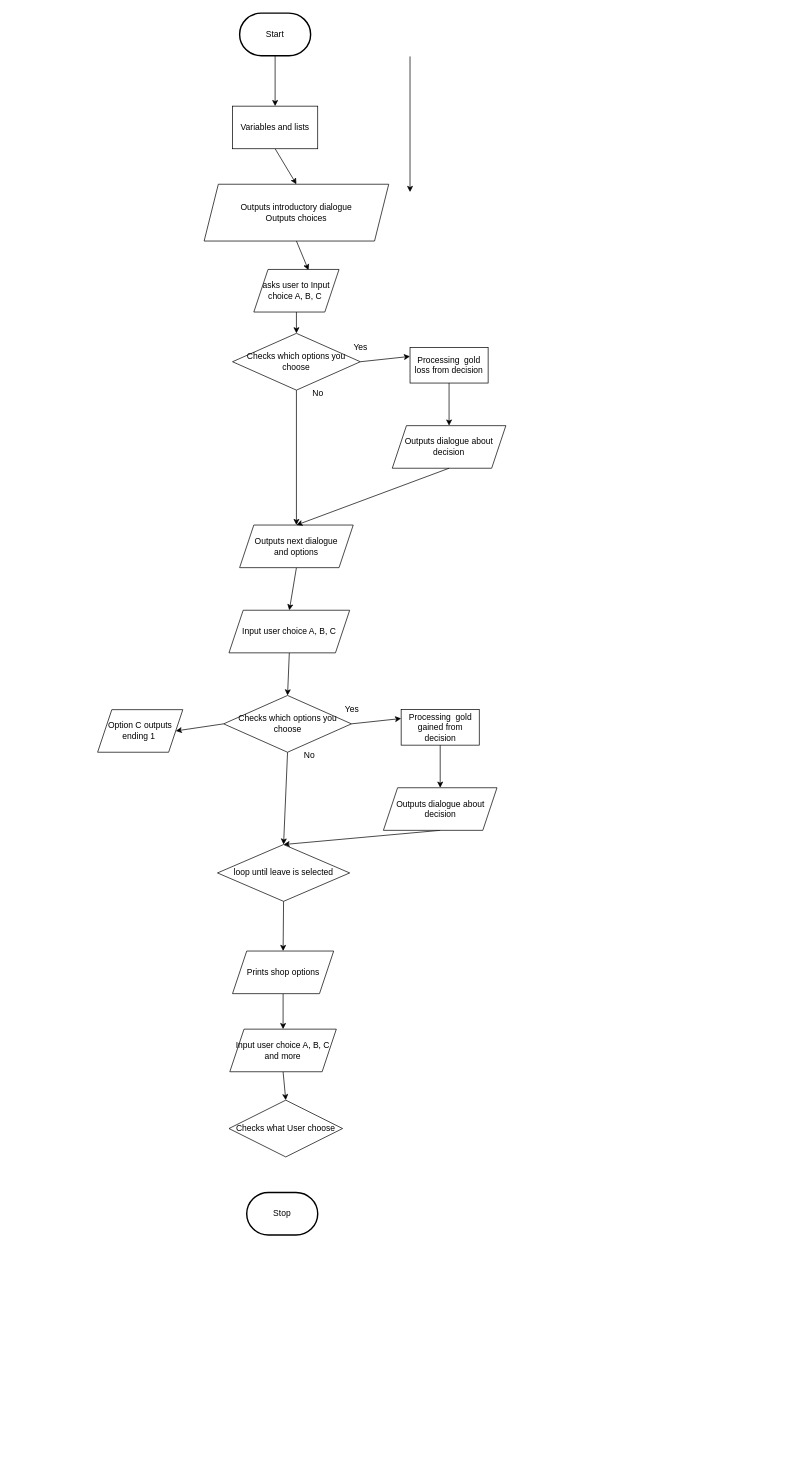
Above: design/flowchart.drawio in MTHS-TEJ2O-1-2023/TEJ2O-Unit-2-05-michael-bruneau (draw.io), before the change. Source tidied: cells renumbered, new cells numbered last; positions are measured from the earlier drawing's top-left corner, leaving out a move shared by most shapes. Both pictures are drawn from the tidied source at 71%, with x=0, y=0 at pixel (97, 13).
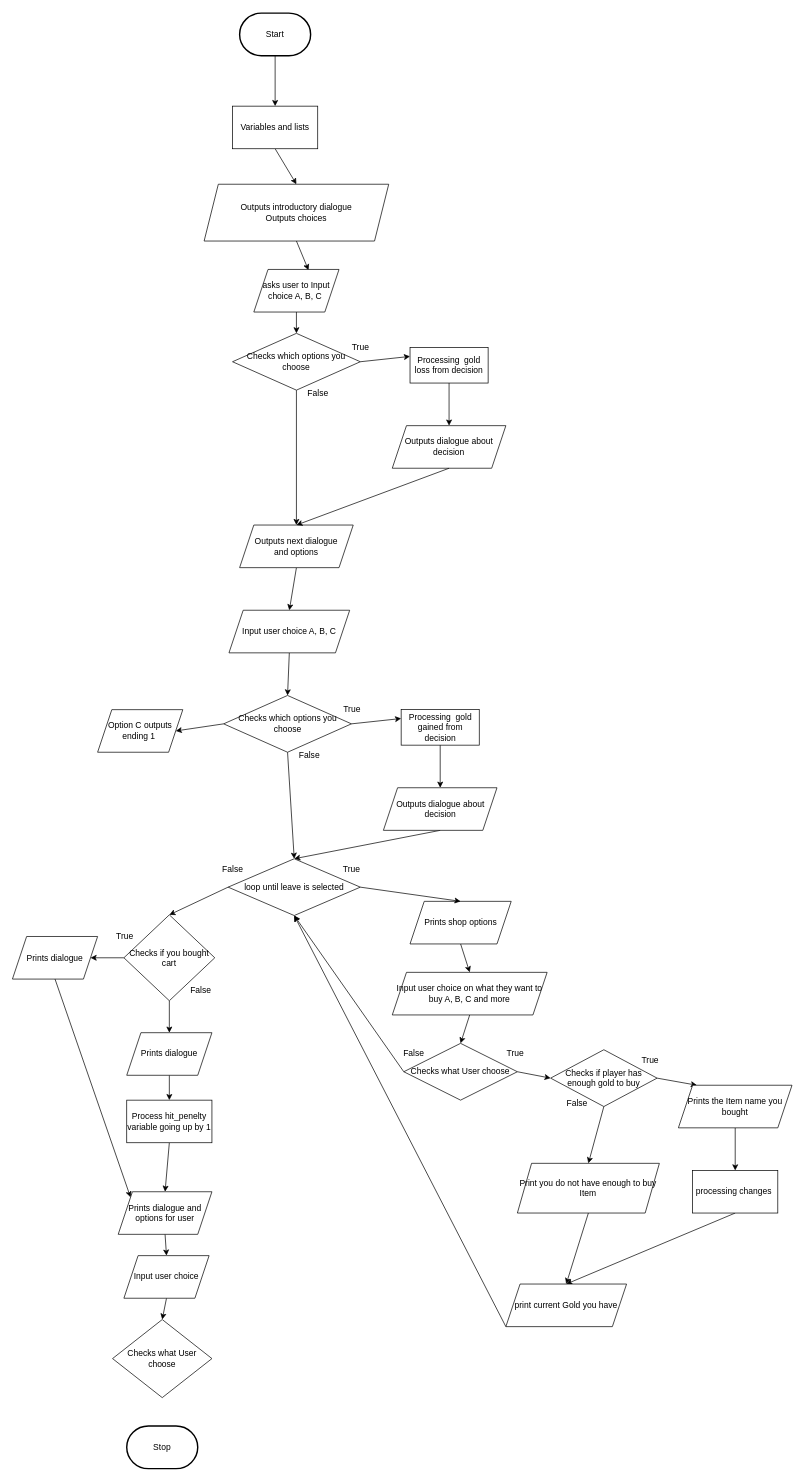
The same diagram, later.

Diff of the diagram source:
```diff
@@
     <mxCell id="3" value="Stop" style="strokeWidth=2;html=1;shape=mxgraph.flowchart.terminator;whiteSpace=wrap;" parent="1" vertex="1">
-      <mxGeometry x="210" y="1661" width="100" height="60" as="geometry" />
+      <mxGeometry x="41" y="1990" width="100" height="60" as="geometry" />
     </mxCell>
@@
-    <mxCell id="7" style="html=1;rounded=0;" parent="1" edge="1">
-      <mxGeometry relative="1" as="geometry">
-        <mxPoint x="440" y="61" as="sourcePoint" />
-        <mxPoint x="440" y="252" as="targetPoint" />
-      </mxGeometry>
-    </mxCell>
@@
-    <mxCell id="13" value="No" style="text;html=1;align=center;verticalAlign=middle;strokeColor=none;fillColor=none;" parent="1" vertex="1">
-      <mxGeometry x="290" y="521" width="40" height="30" as="geometry" />
+    <mxCell id="13" value="False" style="text;html=1;align=center;verticalAlign=middle;strokeColor=none;fillColor=none;" parent="1" vertex="1">
+      <mxGeometry x="285" y="521" width="50" height="30" as="geometry" />
     </mxCell>
-    <mxCell id="14" value="Yes" style="text;html=1;align=center;verticalAlign=middle;strokeColor=none;fillColor=none;" parent="1" vertex="1">
-      <mxGeometry x="350" y="456" width="40" height="30" as="geometry" />
+    <mxCell id="14" value="True" style="text;html=1;align=center;verticalAlign=middle;strokeColor=none;fillColor=none;" parent="1" vertex="1">
+      <mxGeometry x="345" y="456" width="50" height="30" as="geometry" />
     </mxCell>
@@
-    <mxCell id="28" value="No" style="text;html=1;align=center;verticalAlign=middle;strokeColor=none;fillColor=none;" parent="1" vertex="1">
-      <mxGeometry x="277.5" y="1031" width="40" height="30" as="geometry" />
+    <mxCell id="28" value="False" style="text;html=1;align=center;verticalAlign=middle;strokeColor=none;fillColor=none;" parent="1" vertex="1">
+      <mxGeometry x="272.5" y="1031" width="50" height="30" as="geometry" />
     </mxCell>
-    <mxCell id="29" value="Yes" style="text;html=1;align=center;verticalAlign=middle;strokeColor=none;fillColor=none;" parent="1" vertex="1">
-      <mxGeometry x="337.5" y="966" width="40" height="30" as="geometry" />
+    <mxCell id="29" value="True" style="text;html=1;align=center;verticalAlign=middle;strokeColor=none;fillColor=none;" parent="1" vertex="1">
+      <mxGeometry x="332.5" y="966" width="50" height="30" as="geometry" />
     </mxCell>
@@
     <mxCell id="37" value="Prints shop options" style="shape=parallelogram;perimeter=parallelogramPerimeter;whiteSpace=wrap;html=1;fixedSize=1;" parent="1" vertex="1">
-      <mxGeometry x="190" y="1321" width="142.5" height="60" as="geometry" />
+      <mxGeometry x="440" y="1251" width="142.5" height="60" as="geometry" />
     </mxCell>
-    <mxCell id="38" style="edgeStyle=none;html=1;exitX=0.5;exitY=1;exitDx=0;exitDy=0;entryX=0.5;entryY=0;entryDx=0;entryDy=0;" parent="1" edge="1" source="39" target="37">
+    <mxCell id="38" style="edgeStyle=none;html=1;exitX=1;exitY=0.5;exitDx=0;exitDy=0;entryX=0.5;entryY=0;entryDx=0;entryDy=0;" parent="1" edge="1" source="39" target="37">
       <mxGeometry relative="1" as="geometry" />
     </mxCell>
+    <mxCell id="43" style="edgeStyle=none;html=1;exitX=0;exitY=0.5;exitDx=0;exitDy=0;entryX=0.5;entryY=0;entryDx=0;entryDy=0;" parent="1" edge="1" source="39" target="65">
+      <mxGeometry relative="1" as="geometry" />
+    </mxCell>
     <mxCell id="39" value="loop until leave is selected" style="rhombus;whiteSpace=wrap;html=1;" parent="1" vertex="1">
-      <mxGeometry x="168.8" y="1171" width="186.2" height="80" as="geometry" />
+      <mxGeometry x="183.8" y="1191" width="186.2" height="80" as="geometry" />
     </mxCell>
@@
-    <mxCell id="41" value="Input user choice A, B, C and more" style="shape=parallelogram;perimeter=parallelogramPerimeter;whiteSpace=wrap;html=1;fixedSize=1;" parent="1" vertex="1">
-      <mxGeometry x="186.2" y="1431" width="150" height="60" as="geometry" />
+    <mxCell id="41" value="Input user choice on what they want to buy A, B, C and more" style="shape=parallelogram;perimeter=parallelogramPerimeter;whiteSpace=wrap;html=1;fixedSize=1;" parent="1" vertex="1">
+      <mxGeometry x="415" y="1351" width="218.1" height="60" as="geometry" />
     </mxCell>
+    <mxCell id="44" style="edgeStyle=none;html=1;exitX=0;exitY=0.5;exitDx=0;exitDy=0;entryX=0.5;entryY=1;entryDx=0;entryDy=0;" parent="1" edge="1" source="42" target="39">
+      <mxGeometry relative="1" as="geometry" />
+    </mxCell>
+    <mxCell id="45" style="edgeStyle=none;html=1;exitX=1;exitY=0.5;exitDx=0;exitDy=0;entryX=0;entryY=0.5;entryDx=0;entryDy=0;" parent="1" edge="1" source="42" target="52">
+      <mxGeometry relative="1" as="geometry" />
+    </mxCell>
     <mxCell id="42" value="Checks what User choose" style="rhombus;whiteSpace=wrap;html=1;" parent="1" vertex="1">
-      <mxGeometry x="185" y="1531" width="160" height="80" as="geometry" />
+      <mxGeometry x="431.2" y="1451" width="160" height="80" as="geometry" />
     </mxCell>
+    <mxCell id="46" value="True" style="text;html=1;strokeColor=none;fillColor=none;align=center;verticalAlign=middle;whiteSpace=wrap;rounded=0;" parent="1" vertex="1">
+      <mxGeometry x="327.5" y="1191" width="60" height="30" as="geometry" />
+    </mxCell>
+    <mxCell id="47" value="False" style="text;html=1;align=center;verticalAlign=middle;strokeColor=none;fillColor=none;" parent="1" vertex="1">
+      <mxGeometry x="165" y="1191" width="50" height="30" as="geometry" />
+    </mxCell>
+    <mxCell id="48" value="True" style="text;html=1;align=center;verticalAlign=middle;strokeColor=none;fillColor=none;" parent="1" vertex="1">
+      <mxGeometry x="562.5" y="1451" width="50" height="30" as="geometry" />
+    </mxCell>
+    <mxCell id="49" value="False" style="text;html=1;align=center;verticalAlign=middle;strokeColor=none;fillColor=none;" parent="1" vertex="1">
+      <mxGeometry x="420" y="1451" width="50" height="30" as="geometry" />
+    </mxCell>
+    <mxCell id="50" style="edgeStyle=none;html=1;exitX=0.5;exitY=1;exitDx=0;exitDy=0;entryX=0.5;entryY=0;entryDx=0;entryDy=0;" parent="1" edge="1" source="52" target="55">
+      <mxGeometry relative="1" as="geometry" />
+    </mxCell>
+    <mxCell id="51" style="edgeStyle=none;html=1;exitX=1;exitY=0.5;exitDx=0;exitDy=0;entryX=0.163;entryY=0;entryDx=0;entryDy=0;entryPerimeter=0;" parent="1" edge="1" source="52" target="60">
+      <mxGeometry relative="1" as="geometry" />
+    </mxCell>
+    <mxCell id="52" value="Checks if player has enough gold to buy" style="rhombus;whiteSpace=wrap;html=1;" parent="1" vertex="1">
+      <mxGeometry x="638" y="1460" width="150" height="80" as="geometry" />
+    </mxCell>
+    <mxCell id="53" value="False" style="text;html=1;align=center;verticalAlign=middle;strokeColor=none;fillColor=none;" parent="1" vertex="1">
+      <mxGeometry x="650" y="1521" width="50" height="30" as="geometry" />
+    </mxCell>
+    <mxCell id="54" style="edgeStyle=none;html=1;exitX=0.5;exitY=1;exitDx=0;exitDy=0;entryX=0.5;entryY=0;entryDx=0;entryDy=0;" parent="1" edge="1" source="55" target="62">
+      <mxGeometry relative="1" as="geometry" />
+    </mxCell>
+    <mxCell id="55" value="Print you do not have enough to buy Item" style="shape=parallelogram;perimeter=parallelogramPerimeter;whiteSpace=wrap;html=1;fixedSize=1;" parent="1" vertex="1">
+      <mxGeometry x="591.2" y="1620" width="200" height="70" as="geometry" />
+    </mxCell>
+    <mxCell id="56" value="True" style="text;html=1;align=center;verticalAlign=middle;strokeColor=none;fillColor=none;" parent="1" vertex="1">
+      <mxGeometry x="753" y="1460" width="50" height="30" as="geometry" />
+    </mxCell>
+    <mxCell id="57" style="edgeStyle=none;html=1;exitX=0.5;exitY=1;exitDx=0;exitDy=0;entryX=0.5;entryY=0;entryDx=0;entryDy=0;" parent="1" edge="1" source="58" target="62">
+      <mxGeometry relative="1" as="geometry" />
+    </mxCell>
+    <mxCell id="58" value="processing changes&amp;nbsp;" style="rounded=0;whiteSpace=wrap;html=1;" parent="1" vertex="1">
+      <mxGeometry x="838" y="1630" width="120" height="60" as="geometry" />
+    </mxCell>
+    <mxCell id="59" style="edgeStyle=none;html=1;exitX=0.5;exitY=1;exitDx=0;exitDy=0;entryX=0.5;entryY=0;entryDx=0;entryDy=0;" parent="1" edge="1" source="60" target="58">
+      <mxGeometry relative="1" as="geometry" />
+    </mxCell>
+    <mxCell id="60" value="Prints the Item name you bought" style="shape=parallelogram;perimeter=parallelogramPerimeter;whiteSpace=wrap;html=1;fixedSize=1;" parent="1" vertex="1">
+      <mxGeometry x="818" y="1510" width="160" height="60" as="geometry" />
+    </mxCell>
+    <mxCell id="61" style="edgeStyle=none;html=1;exitX=0;exitY=1;exitDx=0;exitDy=0;entryX=0.5;entryY=1;entryDx=0;entryDy=0;" parent="1" edge="1" source="62" target="39">
+      <mxGeometry relative="1" as="geometry" />
+    </mxCell>
+    <mxCell id="62" value="print current Gold you have" style="shape=parallelogram;perimeter=parallelogramPerimeter;whiteSpace=wrap;html=1;fixedSize=1;" parent="1" vertex="1">
+      <mxGeometry x="575" y="1790" width="170" height="60" as="geometry" />
+    </mxCell>
+    <mxCell id="63" style="edgeStyle=none;html=1;exitX=0;exitY=0.5;exitDx=0;exitDy=0;entryX=1;entryY=0.5;entryDx=0;entryDy=0;" parent="1" edge="1" source="65" target="71">
+      <mxGeometry relative="1" as="geometry" />
+    </mxCell>
+    <mxCell id="64" style="edgeStyle=none;html=1;exitX=0.5;exitY=1;exitDx=0;exitDy=0;entryX=0.5;entryY=0;entryDx=0;entryDy=0;" parent="1" edge="1" source="65" target="69">
+      <mxGeometry relative="1" as="geometry" />
+    </mxCell>
+    <mxCell id="65" value="Checks if you bought cart" style="rhombus;whiteSpace=wrap;html=1;" parent="1" vertex="1">
+      <mxGeometry x="37" y="1270" width="128" height="121" as="geometry" />
+    </mxCell>
+    <mxCell id="66" value="True" style="text;html=1;align=center;verticalAlign=middle;strokeColor=none;fillColor=none;" parent="1" vertex="1">
+      <mxGeometry x="13" y="1285" width="50" height="30" as="geometry" />
+    </mxCell>
+    <mxCell id="67" value="False" style="text;html=1;align=center;verticalAlign=middle;strokeColor=none;fillColor=none;" parent="1" vertex="1">
+      <mxGeometry x="120" y="1361" width="50" height="30" as="geometry" />
+    </mxCell>
+    <mxCell id="68" style="edgeStyle=none;html=1;exitX=0.5;exitY=1;exitDx=0;exitDy=0;entryX=0.5;entryY=0;entryDx=0;entryDy=0;" parent="1" edge="1" source="69" target="73">
+      <mxGeometry relative="1" as="geometry" />
+    </mxCell>
+    <mxCell id="69" value="Prints dialogue" style="shape=parallelogram;perimeter=parallelogramPerimeter;whiteSpace=wrap;html=1;fixedSize=1;" parent="1" vertex="1">
+      <mxGeometry x="41" y="1436" width="120" height="60" as="geometry" />
+    </mxCell>
+    <mxCell id="70" style="edgeStyle=none;html=1;exitX=0.5;exitY=1;exitDx=0;exitDy=0;entryX=0;entryY=0;entryDx=0;entryDy=0;" parent="1" edge="1" source="71" target="75">
+      <mxGeometry relative="1" as="geometry" />
+    </mxCell>
+    <mxCell id="71" value="Prints dialogue" style="shape=parallelogram;perimeter=parallelogramPerimeter;whiteSpace=wrap;html=1;fixedSize=1;" parent="1" vertex="1">
+      <mxGeometry x="-120" y="1300.5" width="120" height="60" as="geometry" />
+    </mxCell>
+    <mxCell id="72" style="edgeStyle=none;html=1;exitX=0.5;exitY=1;exitDx=0;exitDy=0;entryX=0.5;entryY=0;entryDx=0;entryDy=0;" parent="1" edge="1" source="73" target="75">
+      <mxGeometry relative="1" as="geometry" />
+    </mxCell>
+    <mxCell id="73" value="Process hit_penelty variable going up by 1" style="rounded=0;whiteSpace=wrap;html=1;" parent="1" vertex="1">
+      <mxGeometry x="41" y="1531" width="120" height="60" as="geometry" />
+    </mxCell>
+    <mxCell id="74" style="edgeStyle=none;html=1;exitX=0.5;exitY=1;exitDx=0;exitDy=0;entryX=0.5;entryY=0;entryDx=0;entryDy=0;" parent="1" edge="1" source="75" target="77">
+      <mxGeometry relative="1" as="geometry" />
+    </mxCell>
+    <mxCell id="75" value="Prints dialogue and options for user" style="shape=parallelogram;perimeter=parallelogramPerimeter;whiteSpace=wrap;html=1;fixedSize=1;" parent="1" vertex="1">
+      <mxGeometry x="29" y="1660" width="132" height="60" as="geometry" />
+    </mxCell>
+    <mxCell id="76" style="edgeStyle=none;html=1;exitX=0.5;exitY=1;exitDx=0;exitDy=0;entryX=0.5;entryY=0;entryDx=0;entryDy=0;" parent="1" edge="1" source="77" target="78">
+      <mxGeometry relative="1" as="geometry" />
+    </mxCell>
+    <mxCell id="77" value="Input user choice" style="shape=parallelogram;perimeter=parallelogramPerimeter;whiteSpace=wrap;html=1;fixedSize=1;" parent="1" vertex="1">
+      <mxGeometry x="37" y="1750" width="120" height="60" as="geometry" />
+    </mxCell>
+    <mxCell id="78" value="Checks what User choose" style="rhombus;whiteSpace=wrap;html=1;" parent="1" vertex="1">
+      <mxGeometry x="21" y="1840" width="140" height="110" as="geometry" />
+    </mxCell>
```
